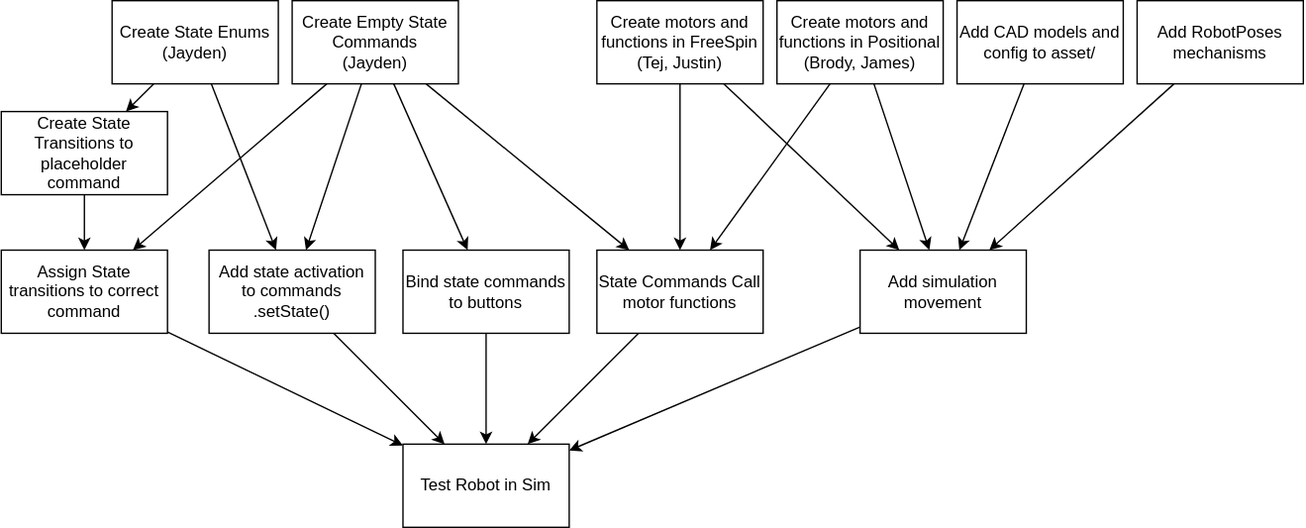
FRCTeam3255/2026_Offbot_Code keeps this draw.io diagram as design/program_order.drawio.svg. Above is the earlier version. Source tidied: cells renumbered, new cells last; positions are measured from the earlier drawing's top-left corner, leaving out a move shared by most shapes.
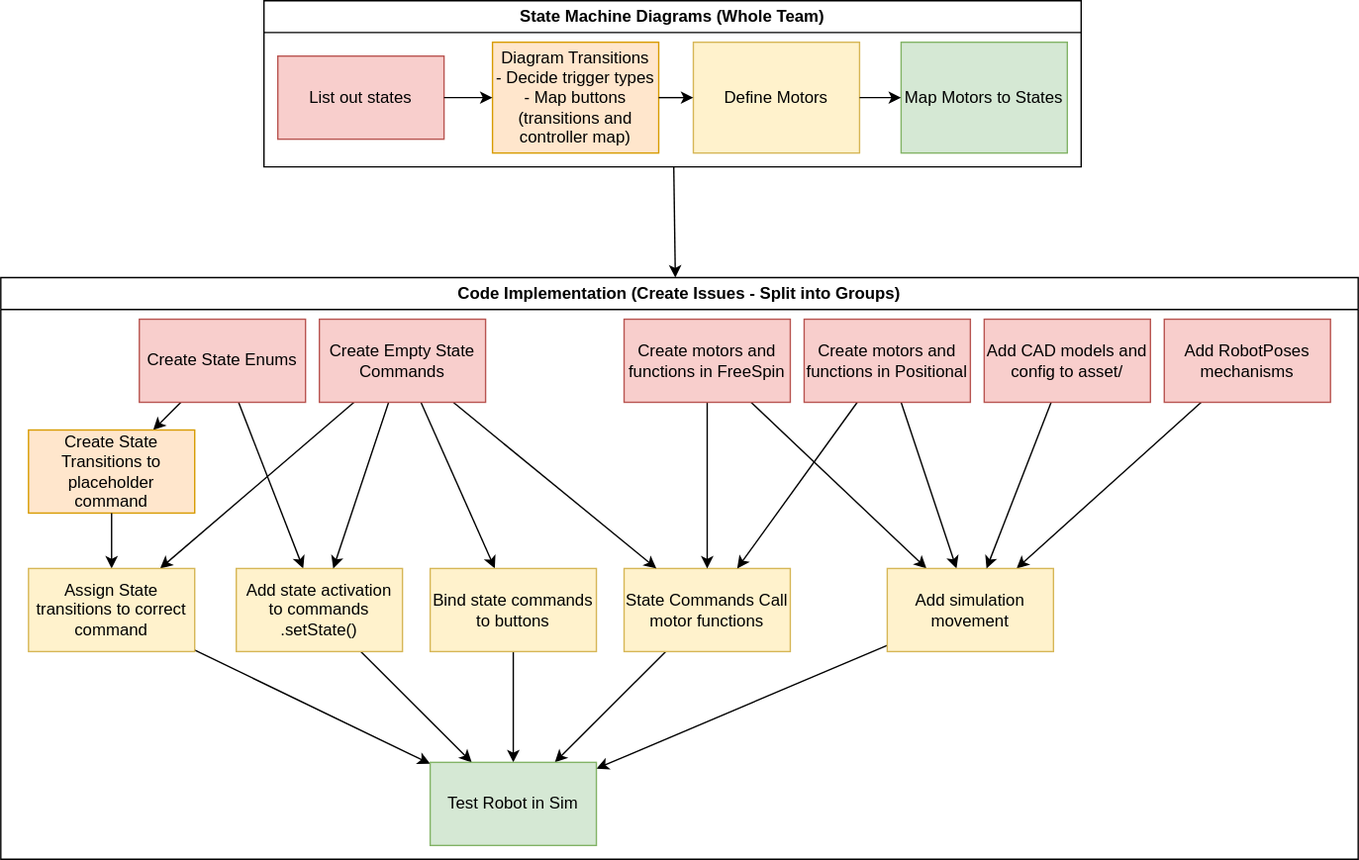
After the change.

What changed in the source:
```diff
@@ -2,98 +2,128 @@
   <root>
     <mxCell id="0" />
     <mxCell id="1" parent="0" />
+    <mxCell id="33" style="edgeStyle=none;html=1;" parent="1" edge="1" source="34" target="42">
+      <mxGeometry relative="1" as="geometry" />
+    </mxCell>
+    <mxCell id="34" value="State Machine Diagrams (Whole Team)" style="swimlane;whiteSpace=wrap;html=1;" parent="1" vertex="1">
+      <mxGeometry x="200" y="-170" width="590" height="120" as="geometry" />
+    </mxCell>
+    <mxCell id="35" value="List out states" style="rounded=0;whiteSpace=wrap;html=1;fillColor=#f8cecc;strokeColor=#b85450;" parent="34" vertex="1">
+      <mxGeometry x="10" y="40" width="120" height="60" as="geometry" />
+    </mxCell>
+    <mxCell id="36" value="Diagram Transitions&lt;div&gt;- Decide trigger types&lt;/div&gt;&lt;div&gt;- Map buttons (transitions and controller map)&lt;/div&gt;" style="rounded=0;whiteSpace=wrap;html=1;fillColor=#ffe6cc;strokeColor=#d79b00;" parent="34" vertex="1">
+      <mxGeometry x="165" y="30" width="120" height="80" as="geometry" />
+    </mxCell>
+    <mxCell id="37" style="edgeStyle=none;html=1;" parent="34" edge="1" source="35" target="36">
+      <mxGeometry relative="1" as="geometry" />
+    </mxCell>
+    <mxCell id="38" value="Define Motors" style="rounded=0;whiteSpace=wrap;html=1;fillColor=#fff2cc;strokeColor=#d6b656;" parent="34" vertex="1">
+      <mxGeometry x="310" y="30" width="120" height="80" as="geometry" />
+    </mxCell>
+    <mxCell id="39" style="edgeStyle=none;html=1;" parent="34" edge="1" source="36" target="38">
+      <mxGeometry relative="1" as="geometry" />
+    </mxCell>
+    <mxCell id="40" value="Map Motors to States" style="rounded=0;whiteSpace=wrap;html=1;fillColor=#d5e8d4;strokeColor=#82b366;" parent="34" vertex="1">
+      <mxGeometry x="460" y="30" width="120" height="80" as="geometry" />
+    </mxCell>
+    <mxCell id="41" style="edgeStyle=none;html=1;" parent="34" edge="1" source="38" target="40">
+      <mxGeometry relative="1" as="geometry" />
+    </mxCell>
+    <mxCell id="42" value="Code Implementation (Create Issues - Split into Groups)" style="swimlane;whiteSpace=wrap;html=1;" parent="1" vertex="1">
+      <mxGeometry x="10" y="30" width="980" height="420" as="geometry" />
+    </mxCell>
-    <mxCell id="2" style="edgeStyle=none;html=1;" parent="1" edge="1" source="4" target="6">
+    <mxCell id="2" style="edgeStyle=none;html=1;" parent="42" edge="1" source="4" target="6">
       <mxGeometry relative="1" as="geometry" />
     </mxCell>
-    <mxCell id="3" style="edgeStyle=none;html=1;" parent="1" edge="1" source="4" target="23">
+    <mxCell id="3" style="edgeStyle=none;html=1;" parent="42" edge="1" source="4" target="23">
       <mxGeometry relative="1" as="geometry" />
     </mxCell>
-    <mxCell id="4" value="Create State Enums&lt;div&gt;(Jayden)&lt;/div&gt;" style="whiteSpace=wrap;html=1;" parent="1" vertex="1">
-      <mxGeometry x="80" width="120" height="60" as="geometry" />
+    <mxCell id="4" value="Create State Enums" style="whiteSpace=wrap;html=1;fillColor=#f8cecc;strokeColor=#b85450;" parent="42" vertex="1">
+      <mxGeometry x="100" y="30" width="120" height="60" as="geometry" />
     </mxCell>
-    <mxCell id="5" style="edgeStyle=none;html=1;" parent="1" edge="1" source="30" target="28">
+    <mxCell id="5" style="edgeStyle=none;html=1;" parent="42" edge="1" source="30" target="28">
       <mxGeometry relative="1" as="geometry" />
     </mxCell>
-    <mxCell id="6" value="Create State Transitions to placeholder command" style="whiteSpace=wrap;html=1;" parent="1" vertex="1">
-      <mxGeometry y="80" width="120" height="60" as="geometry" />
+    <mxCell id="6" value="Create State Transitions to placeholder command" style="whiteSpace=wrap;html=1;fillColor=#ffe6cc;strokeColor=#d79b00;" parent="42" vertex="1">
+      <mxGeometry x="20" y="110" width="120" height="60" as="geometry" />
     </mxCell>
-    <mxCell id="7" style="edgeStyle=none;html=1;" parent="1" edge="1" source="27" target="17">
+    <mxCell id="7" style="edgeStyle=none;html=1;" parent="42" edge="1" source="27" target="17">
       <mxGeometry relative="1" as="geometry" />
     </mxCell>
-    <mxCell id="8" style="edgeStyle=none;html=1;" parent="1" edge="1" source="9" target="28">
+    <mxCell id="8" style="edgeStyle=none;html=1;" parent="42" edge="1" source="9" target="28">
       <mxGeometry relative="1" as="geometry" />
     </mxCell>
-    <mxCell id="9" value="State Commands Call motor functions" style="whiteSpace=wrap;html=1;" parent="1" vertex="1">
-      <mxGeometry x="430" y="180" width="120" height="60" as="geometry" />
+    <mxCell id="9" value="State Commands Call motor functions" style="whiteSpace=wrap;html=1;fillColor=#fff2cc;strokeColor=#d6b656;" parent="42" vertex="1">
+      <mxGeometry x="450" y="210" width="120" height="60" as="geometry" />
     </mxCell>
-    <mxCell id="10" style="edgeStyle=none;html=1;" parent="1" edge="1" source="12" target="9">
+    <mxCell id="10" style="edgeStyle=none;html=1;" parent="42" edge="1" source="12" target="9">
       <mxGeometry relative="1" as="geometry" />
     </mxCell>
-    <mxCell id="11" style="edgeStyle=none;html=1;" parent="1" edge="1" source="12" target="21">
+    <mxCell id="11" style="edgeStyle=none;html=1;" parent="42" edge="1" source="12" target="21">
       <mxGeometry relative="1" as="geometry" />
     </mxCell>
-    <mxCell id="12" value="Create motors and functions in FreeSpin&lt;div&gt;(Tej, Justin)&lt;/div&gt;" style="whiteSpace=wrap;html=1;" parent="1" vertex="1">
-      <mxGeometry x="430" width="120" height="60" as="geometry" />
+    <mxCell id="12" value="Create motors and functions in FreeSpin" style="whiteSpace=wrap;html=1;fillColor=#f8cecc;strokeColor=#b85450;" parent="42" vertex="1">
+      <mxGeometry x="450" y="30" width="120" height="60" as="geometry" />
     </mxCell>
-    <mxCell id="13" style="edgeStyle=none;html=1;" parent="1" edge="1" source="15" target="9">
+    <mxCell id="13" style="edgeStyle=none;html=1;" parent="42" edge="1" source="15" target="9">
       <mxGeometry relative="1" as="geometry" />
     </mxCell>
-    <mxCell id="14" style="edgeStyle=none;html=1;" parent="1" edge="1" source="15" target="21">
+    <mxCell id="14" style="edgeStyle=none;html=1;" parent="42" edge="1" source="15" target="21">
       <mxGeometry relative="1" as="geometry" />
     </mxCell>
-    <mxCell id="15" value="Create motors and functions in Positional&lt;div&gt;(Brody, James)&lt;/div&gt;" style="whiteSpace=wrap;html=1;" parent="1" vertex="1">
-      <mxGeometry x="560" width="120" height="60" as="geometry" />
+    <mxCell id="15" value="Create motors and functions in Positional" style="whiteSpace=wrap;html=1;fillColor=#f8cecc;strokeColor=#b85450;" parent="42" vertex="1">
+      <mxGeometry x="580" y="30" width="120" height="60" as="geometry" />
     </mxCell>
-    <mxCell id="16" style="edgeStyle=none;html=1;" parent="1" edge="1" source="17" target="28">
+    <mxCell id="16" style="edgeStyle=none;html=1;" parent="42" edge="1" source="17" target="28">
       <mxGeometry relative="1" as="geometry" />
     </mxCell>
-    <mxCell id="17" value="Bind state commands to buttons" style="whiteSpace=wrap;html=1;" parent="1" vertex="1">
-      <mxGeometry x="290" y="180" width="120" height="60" as="geometry" />
+    <mxCell id="17" value="Bind state commands to buttons" style="whiteSpace=wrap;html=1;fillColor=#fff2cc;strokeColor=#d6b656;" parent="42" vertex="1">
+      <mxGeometry x="310" y="210" width="120" height="60" as="geometry" />
     </mxCell>
-    <mxCell id="18" style="edgeStyle=none;html=1;" parent="1" edge="1" source="19" target="21">
+    <mxCell id="18" style="edgeStyle=none;html=1;" parent="42" edge="1" source="19" target="21">
       <mxGeometry relative="1" as="geometry" />
     </mxCell>
-    <mxCell id="19" value="Add RobotPoses mechanisms" style="whiteSpace=wrap;html=1;" parent="1" vertex="1">
-      <mxGeometry x="820" width="120" height="60" as="geometry" />
+    <mxCell id="19" value="Add RobotPoses mechanisms" style="whiteSpace=wrap;html=1;fillColor=#f8cecc;strokeColor=#b85450;" parent="42" vertex="1">
+      <mxGeometry x="840" y="30" width="120" height="60" as="geometry" />
     </mxCell>
-    <mxCell id="20" style="edgeStyle=none;html=1;" parent="1" edge="1" source="21" target="28">
+    <mxCell id="20" style="edgeStyle=none;html=1;" parent="42" edge="1" source="21" target="28">
       <mxGeometry relative="1" as="geometry" />
     </mxCell>
-    <mxCell id="21" value="Add simulation movement" style="whiteSpace=wrap;html=1;" parent="1" vertex="1">
-      <mxGeometry x="620" y="180" width="120" height="60" as="geometry" />
+    <mxCell id="21" value="Add simulation movement" style="whiteSpace=wrap;html=1;fillColor=#fff2cc;strokeColor=#d6b656;" parent="42" vertex="1">
+      <mxGeometry x="640" y="210" width="120" height="60" as="geometry" />
     </mxCell>
-    <mxCell id="22" style="edgeStyle=none;html=1;" parent="1" edge="1" source="23" target="28">
+    <mxCell id="22" style="edgeStyle=none;html=1;" parent="42" edge="1" source="23" target="28">
       <mxGeometry relative="1" as="geometry" />
     </mxCell>
-    <mxCell id="23" value="Add state activation to commands&lt;div&gt;.setState()&lt;/div&gt;" style="whiteSpace=wrap;html=1;" parent="1" vertex="1">
-      <mxGeometry x="150" y="180" width="120" height="60" as="geometry" />
+    <mxCell id="23" value="Add state activation to commands&lt;div&gt;.setState()&lt;/div&gt;" style="whiteSpace=wrap;html=1;fillColor=#fff2cc;strokeColor=#d6b656;" parent="42" vertex="1">
+      <mxGeometry x="170" y="210" width="120" height="60" as="geometry" />
     </mxCell>
-    <mxCell id="24" style="edgeStyle=none;html=1;" parent="1" edge="1" source="27" target="9">
+    <mxCell id="24" style="edgeStyle=none;html=1;" parent="42" edge="1" source="27" target="9">
       <mxGeometry relative="1" as="geometry" />
     </mxCell>
-    <mxCell id="25" style="edgeStyle=none;html=1;" parent="1" edge="1" source="27" target="23">
+    <mxCell id="25" style="edgeStyle=none;html=1;" parent="42" edge="1" source="27" target="23">
       <mxGeometry relative="1" as="geometry" />
     </mxCell>
-    <mxCell id="26" style="edgeStyle=none;html=1;" parent="1" edge="1" source="27" target="30">
+    <mxCell id="26" style="edgeStyle=none;html=1;" parent="42" edge="1" source="27" target="30">
       <mxGeometry relative="1" as="geometry" />
     </mxCell>
-    <mxCell id="27" value="Create Empty State Commands&lt;div&gt;(Jayden)&lt;/div&gt;" style="whiteSpace=wrap;html=1;" parent="1" vertex="1">
-      <mxGeometry x="210" width="120" height="60" as="geometry" />
+    <mxCell id="27" value="Create Empty State Commands" style="whiteSpace=wrap;html=1;fillColor=#f8cecc;strokeColor=#b85450;" parent="42" vertex="1">
+      <mxGeometry x="230" y="30" width="120" height="60" as="geometry" />
     </mxCell>
-    <mxCell id="28" value="Test Robot in Sim" style="whiteSpace=wrap;html=1;" parent="1" vertex="1">
-      <mxGeometry x="290" y="320" width="120" height="60" as="geometry" />
+    <mxCell id="28" value="Test Robot in Sim" style="whiteSpace=wrap;html=1;fillColor=#d5e8d4;strokeColor=#82b366;" parent="42" vertex="1">
+      <mxGeometry x="310" y="350" width="120" height="60" as="geometry" />
     </mxCell>
-    <mxCell id="29" style="edgeStyle=none;html=1;" parent="1" edge="1" source="6" target="30">
+    <mxCell id="29" style="edgeStyle=none;html=1;" parent="42" edge="1" source="6" target="30">
       <mxGeometry relative="1" as="geometry" />
     </mxCell>
-    <mxCell id="30" value="Assign State transitions to correct command" style="whiteSpace=wrap;html=1;" parent="1" vertex="1">
-      <mxGeometry y="180" width="120" height="60" as="geometry" />
+    <mxCell id="30" value="Assign State transitions to correct command" style="whiteSpace=wrap;html=1;fillColor=#fff2cc;strokeColor=#d6b656;" parent="42" vertex="1">
+      <mxGeometry x="20" y="210" width="120" height="60" as="geometry" />
     </mxCell>
-    <mxCell id="31" style="edgeStyle=none;html=1;" parent="1" edge="1" source="32" target="21">
+    <mxCell id="31" style="edgeStyle=none;html=1;" parent="42" edge="1" source="32" target="21">
       <mxGeometry relative="1" as="geometry" />
     </mxCell>
-    <mxCell id="32" value="Add CAD models and config to asset/" style="whiteSpace=wrap;html=1;" parent="1" vertex="1">
-      <mxGeometry x="690" width="120" height="60" as="geometry" />
+    <mxCell id="32" value="Add CAD models and config to asset/" style="whiteSpace=wrap;html=1;fillColor=#f8cecc;strokeColor=#b85450;" parent="42" vertex="1">
+      <mxGeometry x="710" y="30" width="120" height="60" as="geometry" />
     </mxCell>
   </root>
 </mxGraphModel>
```
